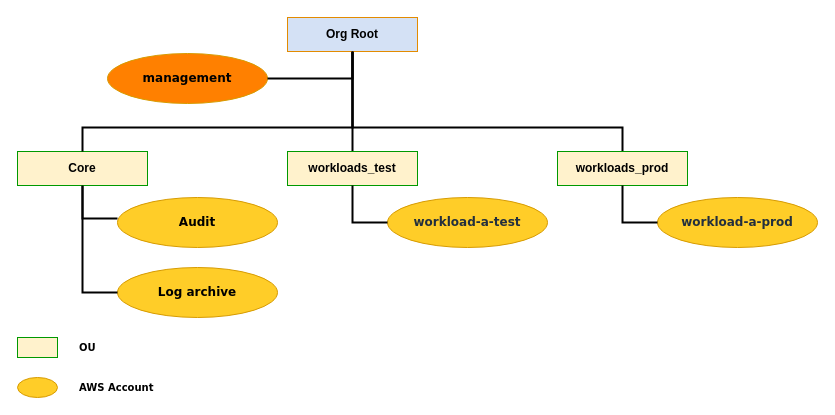
aws-samples/aws-get-started-workshop keeps this draw.io diagram as page "minimal" (1 of 3) of drawings/aws-accounts-ous.drawio. Above is the earlier version. Source tidied: cells renumbered, new cells numbered last; positions are measured from the earlier drawing's top-left corner, leaving out a move shared by most shapes. Both pictures are drawn from the tidied source at 100%, with x=0, y=0 at pixel (17, 17).
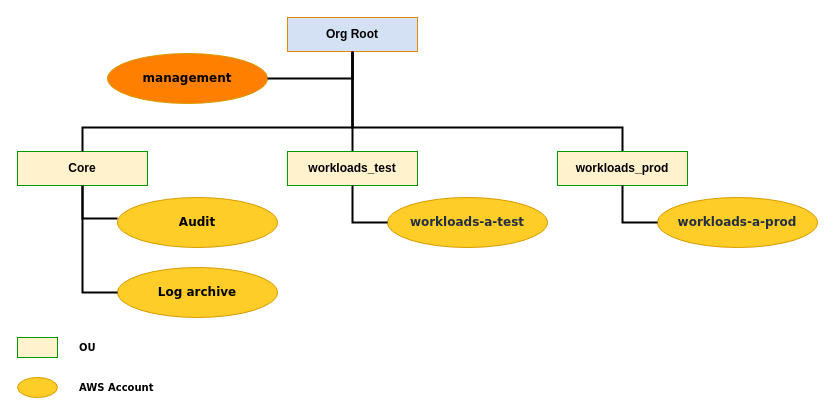
After the change.

Change to the diagram source:
```diff
@@
-    <mxCell id="3" value="&lt;p style=&quot;font-size: 12px;&quot;&gt;&lt;font color=&quot;#232f3e&quot; style=&quot;font-size: 12px;&quot;&gt;workload-a-prod&lt;/font&gt;&lt;/p&gt;&lt;span style=&quot;font-size: 12px;&quot;&gt;&lt;/span&gt;" style="ellipse;whiteSpace=wrap;html=1;fontFamily=Verdana;fontSize=12;fontColor=#000000;align=center;strokeColor=#D79B00;fillColor=#FFCD28;fontStyle=1;" parent="1" vertex="1">
+    <mxCell id="3" value="&lt;p style=&quot;font-size: 12px&quot;&gt;&lt;font color=&quot;#232f3e&quot; style=&quot;font-size: 12px&quot;&gt;workloads-a-prod&lt;/font&gt;&lt;/p&gt;&lt;span style=&quot;font-size: 12px&quot;&gt;&lt;/span&gt;" style="ellipse;whiteSpace=wrap;html=1;fontFamily=Verdana;fontSize=12;fontColor=#000000;align=center;strokeColor=#D79B00;fillColor=#FFCD28;fontStyle=1;" parent="1" vertex="1">
       <mxGeometry x="640" y="180" width="160" height="50" as="geometry" />
     </mxCell>
@@
-    <mxCell id="11" value="&lt;p style=&quot;font-size: 12px;&quot;&gt;&lt;span style=&quot;color: rgb(0, 0, 0); font-family: verdana; font-style: normal; letter-spacing: normal; text-align: center; text-indent: 0px; text-transform: none; word-spacing: 0px; background-color: rgb(248, 249, 250); font-size: 12px;&quot;&gt;&lt;/span&gt;&lt;/p&gt;&lt;p style=&quot;color: rgb(0, 0, 0); font-family: verdana; font-size: 12px; font-style: normal; letter-spacing: normal; text-align: center; text-indent: 0px; text-transform: none; word-spacing: 0px;&quot;&gt;&lt;font color=&quot;#232f3e&quot; style=&quot;font-size: 12px;&quot;&gt;workload-a-test&lt;/font&gt;&lt;/p&gt;&lt;span style=&quot;font-size: 12px;&quot;&gt;&lt;/span&gt;" style="ellipse;whiteSpace=wrap;html=1;fontFamily=Verdana;fontSize=12;fontColor=#000000;align=center;strokeColor=#D79B00;fillColor=#FFCD28;fontStyle=1;" parent="1" vertex="1">
+    <mxCell id="11" value="&lt;p style=&quot;font-size: 12px&quot;&gt;&lt;span style=&quot;color: rgb(0 , 0 , 0) ; font-family: &amp;#34;verdana&amp;#34; ; font-style: normal ; letter-spacing: normal ; text-align: center ; text-indent: 0px ; text-transform: none ; word-spacing: 0px ; background-color: rgb(248 , 249 , 250) ; font-size: 12px&quot;&gt;&lt;/span&gt;&lt;/p&gt;&lt;p style=&quot;color: rgb(0 , 0 , 0) ; font-family: &amp;#34;verdana&amp;#34; ; font-size: 12px ; font-style: normal ; letter-spacing: normal ; text-align: center ; text-indent: 0px ; text-transform: none ; word-spacing: 0px&quot;&gt;&lt;font color=&quot;#232f3e&quot; style=&quot;font-size: 12px&quot;&gt;workloads-a-test&lt;/font&gt;&lt;/p&gt;&lt;span style=&quot;font-size: 12px&quot;&gt;&lt;/span&gt;" style="ellipse;whiteSpace=wrap;html=1;fontFamily=Verdana;fontSize=12;fontColor=#000000;align=center;strokeColor=#D79B00;fillColor=#FFCD28;fontStyle=1;" parent="1" vertex="1">
       <mxGeometry x="370" y="180" width="160" height="50" as="geometry" />
     </mxCell>
```
